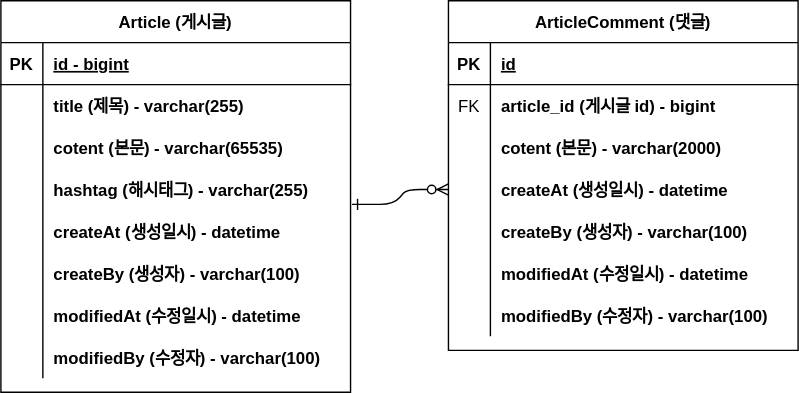
kwantke/project-board keeps this draw.io diagram as docomunet/project-board-erd.svg. Above is the earlier version. Source tidied: cells renumbered, new cells last; positions are measured from the earlier drawing's top-left corner, leaving out a move shared by most shapes.
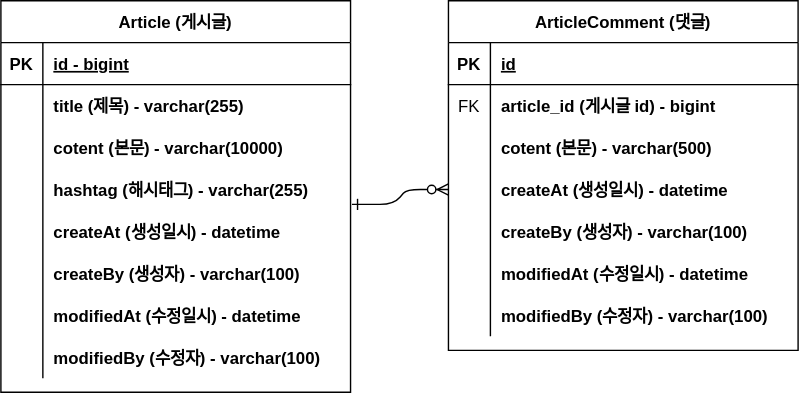
The same diagram one commit later.

Commit message:
#11 - erd 업데이트: content 사이즈 변경

What changed in the source:
```diff
@@ -32,7 +32,7 @@
     <mxCell id="11" style="shape=partialRectangle;overflow=hidden;fillColor=none;top=0;left=0;bottom=0;right=0;" parent="10" vertex="1">
       <mxGeometry width="30" height="30" as="geometry" />
     </mxCell>
-    <mxCell id="12" value="cotent (본문) - varchar(2000)" style="shape=partialRectangle;overflow=hidden;fillColor=none;top=0;left=0;bottom=0;right=0;align=left;spacingLeft=6;fontStyle=1;" parent="10" vertex="1">
+    <mxCell id="12" value="cotent (본문) - varchar(500)" style="shape=partialRectangle;overflow=hidden;fillColor=none;top=0;left=0;bottom=0;right=0;align=left;spacingLeft=6;fontStyle=1;" parent="10" vertex="1">
       <mxGeometry x="30" width="220" height="30" as="geometry" />
     </mxCell>
     <mxCell id="13" style="shape=partialRectangle;fillColor=none;points=[[0,0.5],[1,0.5]];portConstraint=eastwest;top=0;left=0;right=0;bottom=0;" parent="3" vertex="1">
@@ -98,7 +98,7 @@
     <mxCell id="33" style="shape=partialRectangle;overflow=hidden;fillColor=none;top=0;left=0;bottom=0;right=0;" parent="32" vertex="1">
       <mxGeometry width="30" height="30" as="geometry" />
     </mxCell>
-    <mxCell id="34" value="cotent (본문) - varchar(65535)" style="shape=partialRectangle;overflow=hidden;fillColor=none;top=0;left=0;bottom=0;right=0;align=left;spacingLeft=6;fontStyle=1;" parent="32" vertex="1">
+    <mxCell id="34" value="cotent (본문) - varchar(10000)" style="shape=partialRectangle;overflow=hidden;fillColor=none;top=0;left=0;bottom=0;right=0;align=left;spacingLeft=6;fontStyle=1;" parent="32" vertex="1">
       <mxGeometry x="30" width="220" height="30" as="geometry" />
     </mxCell>
     <mxCell id="35" style="shape=partialRectangle;fillColor=none;top=0;left=0;right=0;bottom=0;" parent="25" vertex="1">
```
